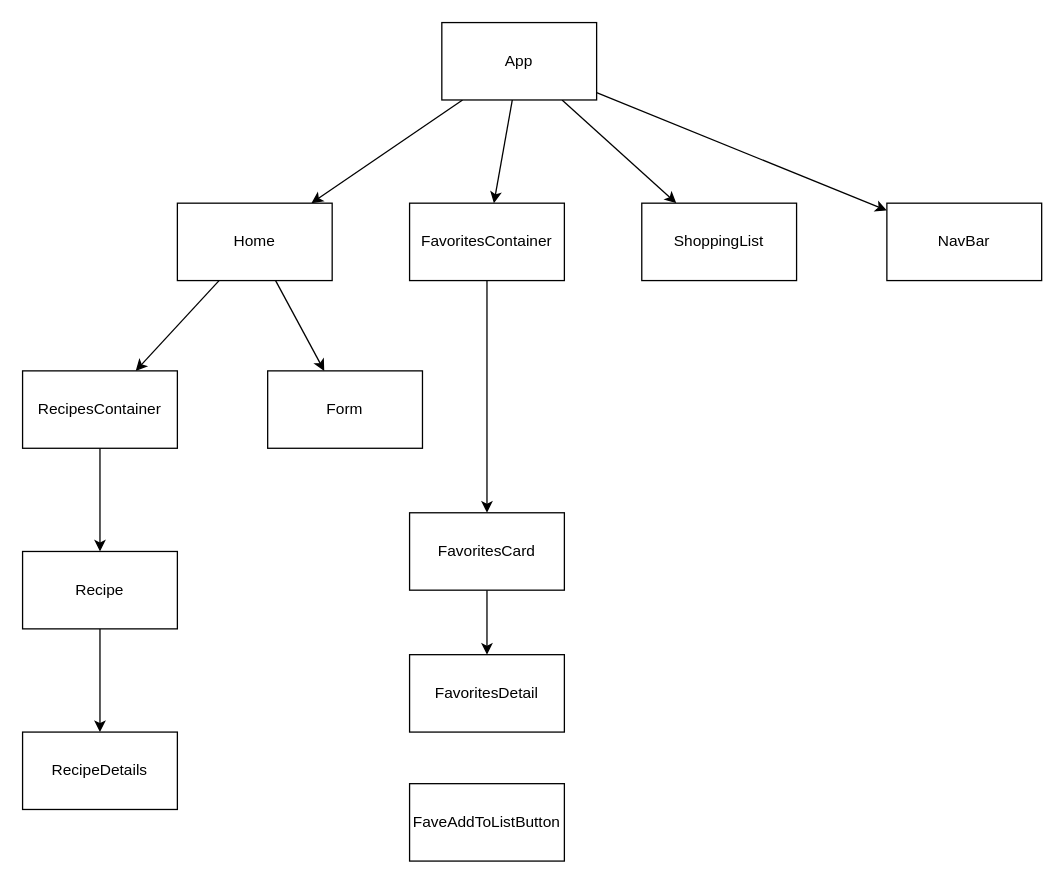
Earlier version of the draw.io diagram architecture.drawio (kgicheha/recipe-finder). Source tidied: cells renumbered, new cells numbered last; positions are measured from the earlier drawing's top-left corner, leaving out a move shared by most shapes. Both pictures are drawn from the tidied source at 129%, with x=0, y=0 at pixel (22, 22).
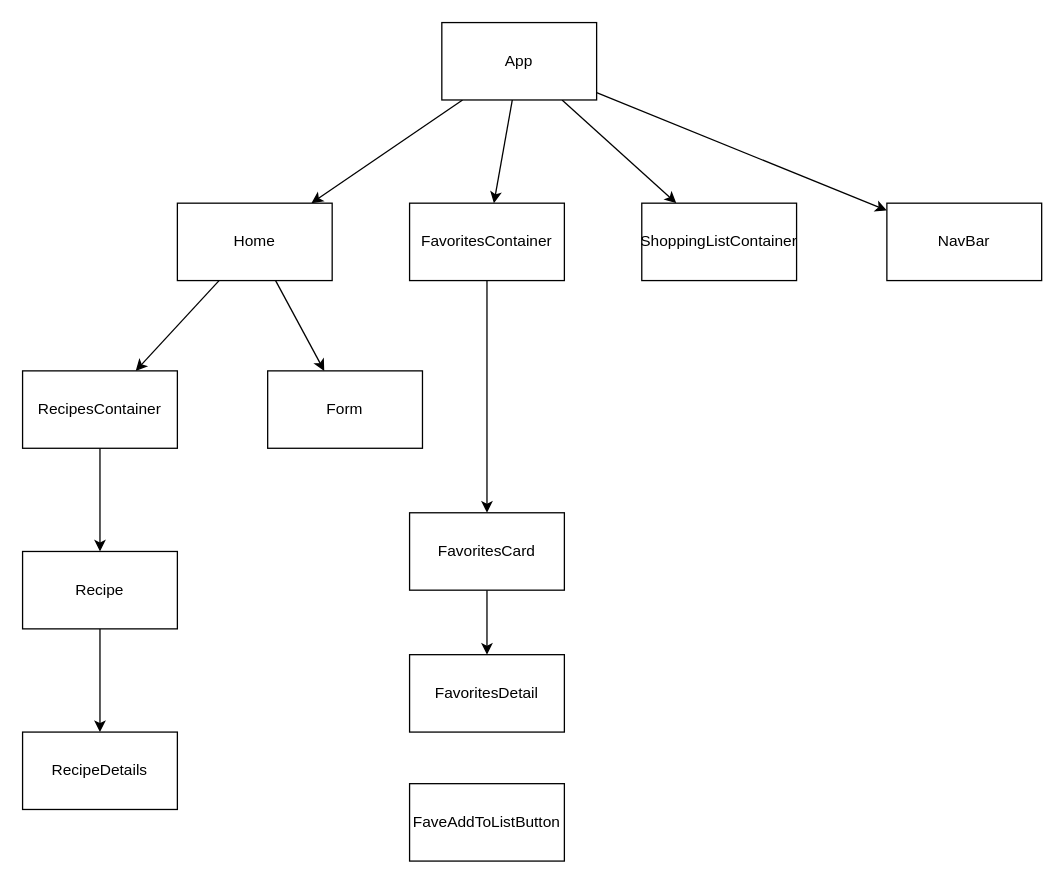
Above is the later version.

The edit, as a diff of the source:
```diff
@@
-    <mxCell id="9" value="ShoppingList" style="whiteSpace=wrap;html=1;" parent="1" vertex="1">
+    <mxCell id="9" value="ShoppingListContainer" style="whiteSpace=wrap;html=1;" parent="1" vertex="1">
       <mxGeometry x="480" y="140" width="120" height="60" as="geometry" />
     </mxCell>
```
